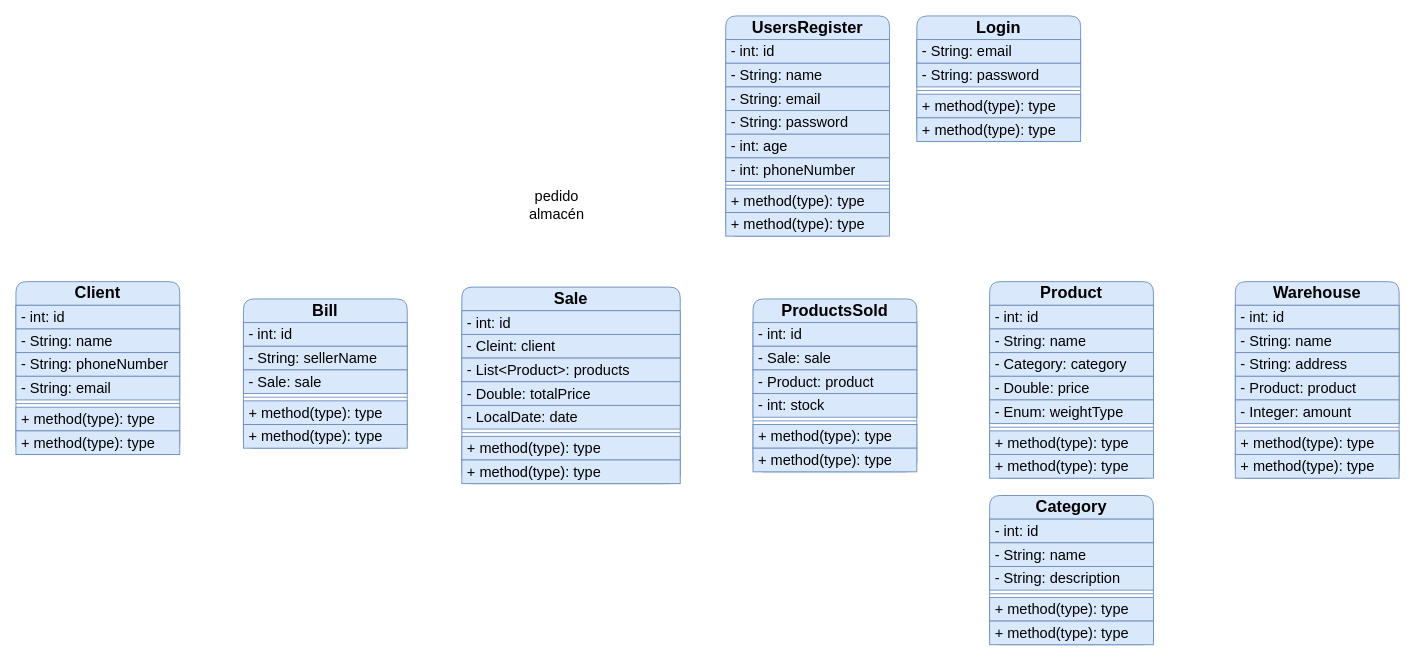
The draw.io diagram diagrams/fincaFacilUML.drawio in SantiagoGZ1/fincaFacil, before the edit. Source tidied: cells renumbered, new cells numbered last; positions are measured from the earlier drawing's top-left corner, leaving out a move shared by most shapes. Both pictures are drawn from the tidied source at 91%, with x=0, y=0 at pixel (15, 15).
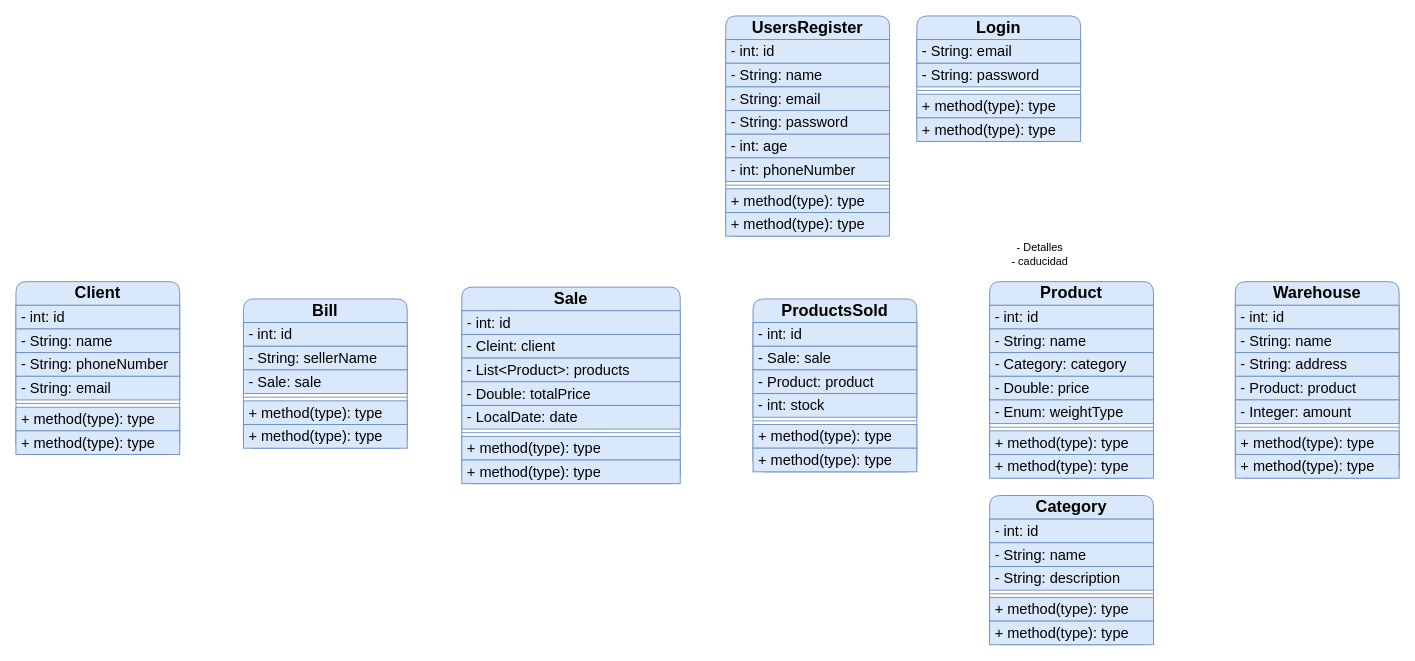
After the change.

Change to the diagram source:
```diff
@@
-    <mxCell id="59" value="pedido&lt;div&gt;almacén&lt;/div&gt;" style="text;html=1;align=center;verticalAlign=middle;strokeColor=none;fillColor=none;fontSize=16;" parent="1" vertex="1">
-      <mxGeometry x="554" y="183" width="80" height="50" as="geometry" />
-    </mxCell>
@@
+    <mxCell id="76" value="- Detalles&lt;div&gt;- caducidad&lt;/div&gt;" style="text;html=1;align=center;verticalAlign=middle;strokeColor=none;fillColor=none;" parent="1" vertex="1">
+      <mxGeometry x="1080" y="242" width="90" height="40" as="geometry" />
+    </mxCell>
```
